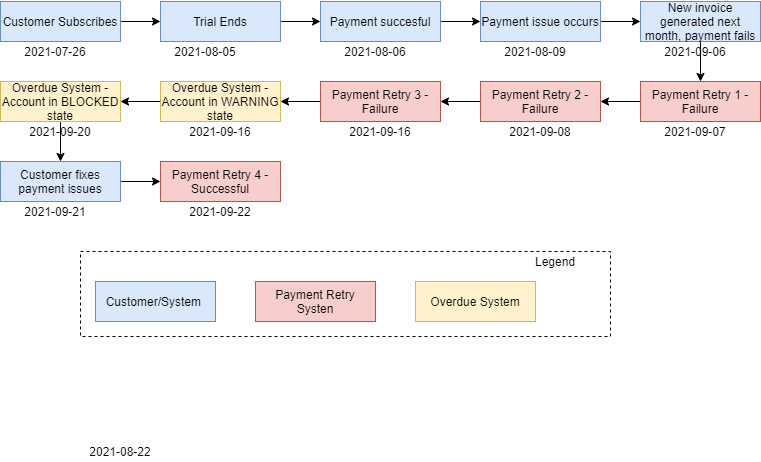
The draw.io diagram userguide/assets/img/overdue/overdue-test-flow.png in killbill/killbill-docs, before a commit. Source tidied: cells renumbered, new cells last; positions are measured from the earlier drawing's top-left corner, leaving out a move shared by most shapes.
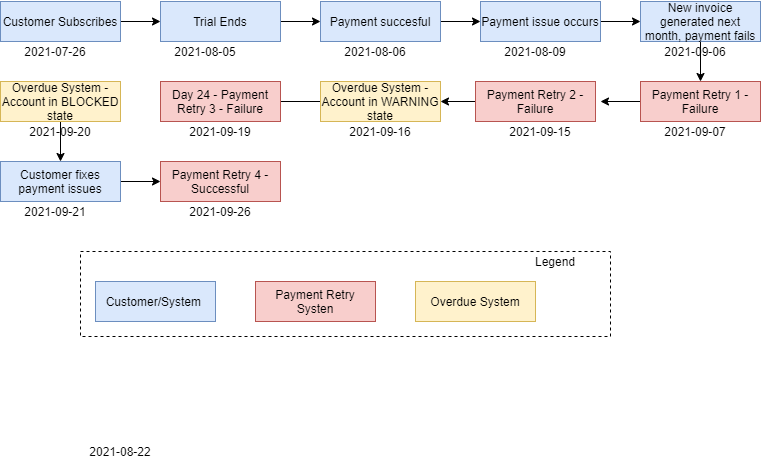
Above is the later version.

Change to the diagram source:
```diff
@@ -1,126 +1,132 @@
 <mxGraphModel>
   <root>
-    <mxCell id="0" />
-    <mxCell id="1" parent="0" />
+    <mxCell id="42" />
+    <mxCell id="43" parent="42" />
-    <mxCell id="2" style="edgeStyle=orthogonalEdgeStyle;rounded=0;jettySize=auto;html=1;exitX=1;exitY=0.5;exitDx=0;exitDy=0;entryX=0;entryY=0.5;entryDx=0;entryDy=0;" parent="1" edge="1" source="3" target="13">
+    <mxCell id="2" style="edgeStyle=orthogonalEdgeStyle;rounded=0;jettySize=auto;html=1;exitX=1;exitY=0.5;exitDx=0;exitDy=0;entryX=0;entryY=0.5;entryDx=0;entryDy=0;" parent="43" edge="1" source="3" target="13">
       <mxGeometry relative="1" as="geometry" />
     </mxCell>
-    <mxCell id="3" value="Customer Subscribes" style="rounded=0;whiteSpace=wrap;html=1;fillColor=#dae8fc;strokeColor=#6c8ebf;" parent="1" vertex="1">
+    <mxCell id="3" value="Customer Subscribes" style="rounded=0;whiteSpace=wrap;html=1;fillColor=#dae8fc;strokeColor=#6c8ebf;" parent="43" vertex="1">
       <mxGeometry width="120" height="40" as="geometry" />
     </mxCell>
-    <mxCell id="4" style="edgeStyle=orthogonalEdgeStyle;rounded=0;jettySize=auto;html=1;exitX=1;exitY=0.5;exitDx=0;exitDy=0;" parent="1" edge="1" source="5" target="31">
+    <mxCell id="4" style="edgeStyle=orthogonalEdgeStyle;rounded=0;jettySize=auto;html=1;exitX=1;exitY=0.5;exitDx=0;exitDy=0;" parent="43" edge="1" source="5" target="31">
       <mxGeometry relative="1" as="geometry" />
     </mxCell>
-    <mxCell id="5" value="Payment succesful" style="rounded=0;whiteSpace=wrap;html=1;fillColor=#dae8fc;strokeColor=#6c8ebf;" parent="1" vertex="1">
+    <mxCell id="5" value="Payment succesful" style="rounded=0;whiteSpace=wrap;html=1;fillColor=#dae8fc;strokeColor=#6c8ebf;" parent="43" vertex="1">
       <mxGeometry x="320" width="120" height="40" as="geometry" />
     </mxCell>
-    <mxCell id="6" style="edgeStyle=orthogonalEdgeStyle;rounded=0;jettySize=auto;html=1;exitX=0;exitY=0.5;exitDx=0;exitDy=0;entryX=1;entryY=0.5;entryDx=0;entryDy=0;" parent="1" edge="1" source="7" target="9">
-      <mxGeometry relative="1" as="geometry" />
-    </mxCell>
+    <mxCell id="44" style="edgeStyle=orthogonalEdgeStyle;rounded=0;jettySize=auto;html=1;exitX=0;exitY=0.5;exitDx=0;exitDy=0;entryX=1;entryY=0.5;entryDx=0;entryDy=0;" parent="43" edge="1" source="7">
+      <mxGeometry relative="1" as="geometry">
+        <mxPoint x="600" y="100" as="targetPoint" />
+      </mxGeometry>
+    </mxCell>
-    <mxCell id="7" value="Payment Retry 1 - Failure" style="rounded=0;whiteSpace=wrap;html=1;fillColor=#f8cecc;strokeColor=#b85450;" parent="1" vertex="1">
+    <mxCell id="7" value="Payment Retry 1 - Failure" style="rounded=0;whiteSpace=wrap;html=1;fillColor=#f8cecc;strokeColor=#b85450;" parent="43" vertex="1">
       <mxGeometry x="640" y="80" width="120" height="40" as="geometry" />
     </mxCell>
-    <mxCell id="8" style="edgeStyle=orthogonalEdgeStyle;rounded=0;jettySize=auto;html=1;exitX=0;exitY=0.5;exitDx=0;exitDy=0;entryX=1;entryY=0.5;entryDx=0;entryDy=0;" parent="1" edge="1" source="9" target="11">
-      <mxGeometry relative="1" as="geometry" />
-    </mxCell>
+    <mxCell id="45" style="edgeStyle=orthogonalEdgeStyle;rounded=0;jettySize=auto;html=1;exitX=0;exitY=0.5;exitDx=0;exitDy=0;entryX=1;entryY=0.5;entryDx=0;entryDy=0;" parent="43" edge="1" source="9" target="20">
+      <mxGeometry relative="1" as="geometry" />
+    </mxCell>
-    <mxCell id="9" value="Payment Retry 2 - Failure" style="rounded=0;whiteSpace=wrap;html=1;fillColor=#f8cecc;strokeColor=#b85450;" parent="1" vertex="1">
-      <mxGeometry x="480" y="80" width="120" height="40" as="geometry" />
+    <mxCell id="9" value="Payment Retry 2 - Failure" style="rounded=0;whiteSpace=wrap;html=1;fillColor=#f8cecc;strokeColor=#b85450;" parent="43" vertex="1">
+      <mxGeometry x="475" y="80" width="120" height="40" as="geometry" />
     </mxCell>
-    <mxCell id="10" style="edgeStyle=orthogonalEdgeStyle;rounded=0;jettySize=auto;html=1;exitX=0;exitY=0.5;exitDx=0;exitDy=0;entryX=1;entryY=0.5;entryDx=0;entryDy=0;" parent="1" edge="1" source="11" target="20">
-      <mxGeometry relative="1" as="geometry" />
-    </mxCell>
-    <mxCell id="11" value="Payment Retry 3 - Failure" style="rounded=0;whiteSpace=wrap;html=1;fillColor=#f8cecc;strokeColor=#b85450;" parent="1" vertex="1">
-      <mxGeometry x="320" y="80" width="120" height="40" as="geometry" />
-    </mxCell>
-    <mxCell id="12" style="edgeStyle=orthogonalEdgeStyle;rounded=0;jettySize=auto;html=1;exitX=1;exitY=0.5;exitDx=0;exitDy=0;" parent="1" edge="1" source="13" target="5">
+    <mxCell id="12" style="edgeStyle=orthogonalEdgeStyle;rounded=0;jettySize=auto;html=1;exitX=1;exitY=0.5;exitDx=0;exitDy=0;" parent="43" edge="1" source="13" target="5">
       <mxGeometry relative="1" as="geometry" />
     </mxCell>
-    <mxCell id="13" value="Trial Ends" style="rounded=0;whiteSpace=wrap;html=1;fillColor=#dae8fc;strokeColor=#6c8ebf;" parent="1" vertex="1">
+    <mxCell id="13" value="Trial Ends" style="rounded=0;whiteSpace=wrap;html=1;fillColor=#dae8fc;strokeColor=#6c8ebf;" parent="43" vertex="1">
       <mxGeometry x="160" width="120" height="40" as="geometry" />
     </mxCell>
-    <mxCell id="14" value="2021-07-26" style="text;html=1;strokeColor=none;fillColor=none;align=center;verticalAlign=middle;whiteSpace=wrap;rounded=0;" parent="1" vertex="1">
+    <mxCell id="14" value="2021-07-26" style="text;html=1;strokeColor=none;fillColor=none;align=center;verticalAlign=middle;whiteSpace=wrap;rounded=0;" parent="43" vertex="1">
       <mxGeometry x="10" y="40" width="90" height="20" as="geometry" />
     </mxCell>
-    <mxCell id="15" value="2021-08-05" style="text;html=1;strokeColor=none;fillColor=none;align=center;verticalAlign=middle;whiteSpace=wrap;rounded=0;" parent="1" vertex="1">
+    <mxCell id="15" value="2021-08-05" style="text;html=1;strokeColor=none;fillColor=none;align=center;verticalAlign=middle;whiteSpace=wrap;rounded=0;" parent="43" vertex="1">
       <mxGeometry x="160" y="40" width="90" height="20" as="geometry" />
     </mxCell>
-    <mxCell id="16" value="2021-08-06" style="text;html=1;strokeColor=none;fillColor=none;align=center;verticalAlign=middle;whiteSpace=wrap;rounded=0;" parent="1" vertex="1">
+    <mxCell id="16" value="2021-08-06" style="text;html=1;strokeColor=none;fillColor=none;align=center;verticalAlign=middle;whiteSpace=wrap;rounded=0;" parent="43" vertex="1">
       <mxGeometry x="330" y="40" width="90" height="20" as="geometry" />
     </mxCell>
-    <mxCell id="17" value="2021-09-08" style="text;html=1;strokeColor=none;fillColor=none;align=center;verticalAlign=middle;whiteSpace=wrap;rounded=0;" parent="1" vertex="1">
-      <mxGeometry x="495" y="120" width="90" height="20" as="geometry" />
-    </mxCell>
+    <mxCell id="46" value="2021-09-15" style="text;html=1;strokeColor=none;fillColor=none;align=center;verticalAlign=middle;whiteSpace=wrap;rounded=0;" parent="43" vertex="1">
+      <mxGeometry x="495" y="120" width="90" height="20" as="geometry" />
+    </mxCell>
-    <mxCell id="18" value="2021-09-16" style="text;html=1;strokeColor=none;fillColor=none;align=center;verticalAlign=middle;whiteSpace=wrap;rounded=0;" parent="1" vertex="1">
+    <mxCell id="18" value="2021-09-16" style="text;html=1;strokeColor=none;fillColor=none;align=center;verticalAlign=middle;whiteSpace=wrap;rounded=0;" parent="43" vertex="1">
       <mxGeometry x="335" y="120" width="90" height="20" as="geometry" />
     </mxCell>
-    <mxCell id="19" style="edgeStyle=orthogonalEdgeStyle;rounded=0;jettySize=auto;html=1;exitX=0;exitY=0.5;exitDx=0;exitDy=0;entryX=1;entryY=0.5;entryDx=0;entryDy=0;" parent="1" edge="1" source="20" target="23">
-      <mxGeometry relative="1" as="geometry" />
-    </mxCell>
+    <mxCell id="47" style="edgeStyle=orthogonalEdgeStyle;rounded=0;jettySize=auto;html=1;exitX=0;exitY=0.5;exitDx=0;exitDy=0;" parent="43" edge="1" source="20">
+      <mxGeometry relative="1" as="geometry">
+        <mxPoint x="270" y="100" as="targetPoint" />
+      </mxGeometry>
+    </mxCell>
-    <mxCell id="20" value="Overdue System - Account in WARNING state" style="rounded=0;whiteSpace=wrap;html=1;fillColor=#fff2cc;strokeColor=#d6b656;" parent="1" vertex="1">
-      <mxGeometry x="160" y="80" width="120" height="40" as="geometry" />
+    <mxCell id="20" value="Overdue System - Account in WARNING state" style="rounded=0;whiteSpace=wrap;html=1;fillColor=#fff2cc;strokeColor=#d6b656;" parent="43" vertex="1">
+      <mxGeometry x="320" y="80" width="120" height="40" as="geometry" />
     </mxCell>
-    <mxCell id="21" value="2021-09-16" style="text;html=1;strokeColor=none;fillColor=none;align=center;verticalAlign=middle;whiteSpace=wrap;rounded=0;" parent="1" vertex="1">
-      <mxGeometry x="175" y="120" width="90" height="20" as="geometry" />
-    </mxCell>
-    <mxCell id="22" style="edgeStyle=orthogonalEdgeStyle;rounded=0;jettySize=auto;html=1;exitX=0.5;exitY=1;exitDx=0;exitDy=0;entryX=0.5;entryY=0;entryDx=0;entryDy=0;" parent="1" edge="1" source="23" target="28">
-      <mxGeometry relative="1" as="geometry" />
-    </mxCell>
+    <mxCell id="48" value="2021-09-19" style="text;html=1;strokeColor=none;fillColor=none;align=center;verticalAlign=middle;whiteSpace=wrap;rounded=0;" parent="43" vertex="1">
+      <mxGeometry x="175" y="120" width="90" height="20" as="geometry" />
+    </mxCell>
+    <mxCell id="49" style="edgeStyle=orthogonalEdgeStyle;rounded=0;jettySize=auto;html=1;exitX=0.5;exitY=1;exitDx=0;exitDy=0;entryX=0.5;entryY=0;entryDx=0;entryDy=0;" parent="43" edge="1" source="23">
+      <mxGeometry relative="1" as="geometry">
+        <mxPoint x="60" y="160" as="targetPoint" />
+      </mxGeometry>
+    </mxCell>
-    <mxCell id="23" value="Overdue System - Account in BLOCKED state" style="rounded=0;whiteSpace=wrap;html=1;fillColor=#fff2cc;strokeColor=#d6b656;" parent="1" vertex="1">
+    <mxCell id="23" value="Overdue System - Account in BLOCKED state" style="rounded=0;whiteSpace=wrap;html=1;fillColor=#fff2cc;strokeColor=#d6b656;" parent="43" vertex="1">
       <mxGeometry y="80" width="120" height="40" as="geometry" />
     </mxCell>
-    <mxCell id="24" value="2021-09-20" style="text;html=1;strokeColor=none;fillColor=none;align=center;verticalAlign=middle;whiteSpace=wrap;rounded=0;" parent="1" vertex="1">
+    <mxCell id="24" value="2021-09-20" style="text;html=1;strokeColor=none;fillColor=none;align=center;verticalAlign=middle;whiteSpace=wrap;rounded=0;" parent="43" vertex="1">
       <mxGeometry x="15" y="120" width="90" height="20" as="geometry" />
     </mxCell>
-    <mxCell id="25" value="2021-08-27" style="text;html=1;strokeColor=none;fillColor=none;align=center;verticalAlign=middle;whiteSpace=wrap;rounded=0;" parent="1" vertex="1">
-      <mxGeometry x="175" y="200" width="90" height="20" as="geometry" />
-    </mxCell>
-    <mxCell id="26" value="Overdue System, Account in CANCELLATION state" style="rounded=0;whiteSpace=wrap;html=1;fillColor=#fff2cc;strokeColor=#d6b656;" parent="1" vertex="1">
-      <mxGeometry x="160" y="160" width="130" height="40" as="geometry" />
-    </mxCell>
-    <mxCell id="27" style="edgeStyle=orthogonalEdgeStyle;rounded=0;jettySize=auto;html=1;exitX=1;exitY=0.5;exitDx=0;exitDy=0;" parent="1" edge="1" source="28" target="26">
-      <mxGeometry relative="1" as="geometry" />
-    </mxCell>
-    <mxCell id="28" value="Payment Retry 4 - Failure" style="rounded=0;whiteSpace=wrap;html=1;fillColor=#f8cecc;strokeColor=#b85450;" parent="1" vertex="1">
-      <mxGeometry y="160" width="120" height="40" as="geometry" />
-    </mxCell>
-    <mxCell id="29" value="2021-09-22" style="text;html=1;strokeColor=none;fillColor=none;align=center;verticalAlign=middle;whiteSpace=wrap;rounded=0;" parent="1" vertex="1">
-      <mxGeometry x="10" y="200" width="90" height="20" as="geometry" />
-    </mxCell>
+    <mxCell id="50" value="2021-09-26" style="text;html=1;strokeColor=none;fillColor=none;align=center;verticalAlign=middle;whiteSpace=wrap;rounded=0;" parent="43" vertex="1">
+      <mxGeometry x="175" y="200" width="90" height="20" as="geometry" />
+    </mxCell>
+    <mxCell id="51" value="2021-09-21" style="text;html=1;strokeColor=none;fillColor=none;align=center;verticalAlign=middle;whiteSpace=wrap;rounded=0;" parent="43" vertex="1">
+      <mxGeometry x="10" y="200" width="90" height="20" as="geometry" />
+    </mxCell>
-    <mxCell id="30" style="edgeStyle=orthogonalEdgeStyle;rounded=0;jettySize=auto;html=1;exitX=1;exitY=0.5;exitDx=0;exitDy=0;entryX=0;entryY=0.5;entryDx=0;entryDy=0;" parent="1" edge="1" source="31" target="34">
+    <mxCell id="30" style="edgeStyle=orthogonalEdgeStyle;rounded=0;jettySize=auto;html=1;exitX=1;exitY=0.5;exitDx=0;exitDy=0;entryX=0;entryY=0.5;entryDx=0;entryDy=0;" parent="43" edge="1" source="31" target="34">
       <mxGeometry relative="1" as="geometry" />
     </mxCell>
-    <mxCell id="31" value="Payment issue occurs" style="rounded=0;whiteSpace=wrap;html=1;fillColor=#dae8fc;strokeColor=#6c8ebf;" parent="1" vertex="1">
+    <mxCell id="31" value="Payment issue occurs" style="rounded=0;whiteSpace=wrap;html=1;fillColor=#dae8fc;strokeColor=#6c8ebf;" parent="43" vertex="1">
       <mxGeometry x="480" width="120" height="40" as="geometry" />
     </mxCell>
-    <mxCell id="32" value="2021-08-09" style="text;html=1;strokeColor=none;fillColor=none;align=center;verticalAlign=middle;whiteSpace=wrap;rounded=0;" parent="1" vertex="1">
+    <mxCell id="32" value="2021-08-09" style="text;html=1;strokeColor=none;fillColor=none;align=center;verticalAlign=middle;whiteSpace=wrap;rounded=0;" parent="43" vertex="1">
       <mxGeometry x="490" y="40" width="90" height="20" as="geometry" />
     </mxCell>
-    <mxCell id="33" style="edgeStyle=orthogonalEdgeStyle;rounded=0;jettySize=auto;html=1;entryX=0.5;entryY=0;entryDx=0;entryDy=0;" parent="1" edge="1" source="34" target="7">
+    <mxCell id="33" style="edgeStyle=orthogonalEdgeStyle;rounded=0;jettySize=auto;html=1;entryX=0.5;entryY=0;entryDx=0;entryDy=0;" parent="43" edge="1" source="34" target="7">
       <mxGeometry relative="1" as="geometry" />
     </mxCell>
-    <mxCell id="34" value="New invoice generated next month, payment fails" style="rounded=0;whiteSpace=wrap;html=1;fillColor=#dae8fc;strokeColor=#6c8ebf;" parent="1" vertex="1">
+    <mxCell id="34" value="New invoice generated next month, payment fails" style="rounded=0;whiteSpace=wrap;html=1;fillColor=#dae8fc;strokeColor=#6c8ebf;" parent="43" vertex="1">
       <mxGeometry x="640" width="120" height="40" as="geometry" />
     </mxCell>
-    <mxCell id="35" value="2021-09-06" style="text;html=1;strokeColor=none;fillColor=none;align=center;verticalAlign=middle;whiteSpace=wrap;rounded=0;" parent="1" vertex="1">
+    <mxCell id="35" value="2021-09-06" style="text;html=1;strokeColor=none;fillColor=none;align=center;verticalAlign=middle;whiteSpace=wrap;rounded=0;" parent="43" vertex="1">
       <mxGeometry x="650" y="40" width="90" height="20" as="geometry" />
     </mxCell>
-    <mxCell id="36" value="2021-09-07" style="text;html=1;strokeColor=none;fillColor=none;align=center;verticalAlign=middle;whiteSpace=wrap;rounded=0;" parent="1" vertex="1">
+    <mxCell id="36" value="2021-09-07" style="text;html=1;strokeColor=none;fillColor=none;align=center;verticalAlign=middle;whiteSpace=wrap;rounded=0;" parent="43" vertex="1">
       <mxGeometry x="650" y="120" width="90" height="20" as="geometry" />
     </mxCell>
-    <mxCell id="37" value="Customer/System&amp;nbsp;" style="rounded=0;whiteSpace=wrap;html=1;fillColor=#dae8fc;strokeColor=#6c8ebf;" parent="1" vertex="1">
+    <mxCell id="37" value="Customer/System&amp;nbsp;" style="rounded=0;whiteSpace=wrap;html=1;fillColor=#dae8fc;strokeColor=#6c8ebf;" parent="43" vertex="1">
       <mxGeometry x="95" y="280" width="120" height="40" as="geometry" />
     </mxCell>
-    <mxCell id="38" value="Payment Retry Systen" style="rounded=0;whiteSpace=wrap;html=1;fillColor=#f8cecc;strokeColor=#b85450;" parent="1" vertex="1">
+    <mxCell id="38" value="Payment Retry Systen" style="rounded=0;whiteSpace=wrap;html=1;fillColor=#f8cecc;strokeColor=#b85450;" parent="43" vertex="1">
       <mxGeometry x="255" y="280" width="120" height="40" as="geometry" />
     </mxCell>
-    <mxCell id="39" style="rounded=0;whiteSpace=wrap;html=1;fillColor=none;dashed=1;" parent="1" vertex="1">
+    <mxCell id="39" style="rounded=0;whiteSpace=wrap;html=1;fillColor=none;dashed=1;" parent="43" vertex="1">
       <mxGeometry x="80" y="250" width="530" height="85" as="geometry" />
     </mxCell>
-    <mxCell id="40" value="Overdue System" style="rounded=0;whiteSpace=wrap;html=1;fillColor=#fff2cc;strokeColor=#d6b656;" parent="1" vertex="1">
+    <mxCell id="40" value="Overdue System" style="rounded=0;whiteSpace=wrap;html=1;fillColor=#fff2cc;strokeColor=#d6b656;" parent="43" vertex="1">
       <mxGeometry x="415" y="280" width="120" height="40" as="geometry" />
     </mxCell>
-    <mxCell id="41" value="Legend" style="text;html=1;strokeColor=none;fillColor=none;align=center;verticalAlign=middle;whiteSpace=wrap;rounded=0;dashed=1;" parent="1" vertex="1">
+    <mxCell id="41" value="Legend" style="text;html=1;strokeColor=none;fillColor=none;align=center;verticalAlign=middle;whiteSpace=wrap;rounded=0;dashed=1;" parent="43" vertex="1">
       <mxGeometry x="535" y="250" width="40" height="20" as="geometry" />
     </mxCell>
+    <mxCell id="52" style="edgeStyle=orthogonalEdgeStyle;rounded=0;jettySize=auto;html=1;" parent="43" edge="1" source="53" target="54">
+      <mxGeometry relative="1" as="geometry" />
+    </mxCell>
+    <mxCell id="53" value="Customer fixes payment issues" style="rounded=0;whiteSpace=wrap;html=1;fillColor=#dae8fc;strokeColor=#6c8ebf;" parent="43" vertex="1">
+      <mxGeometry y="160" width="120" height="40" as="geometry" />
+    </mxCell>
+    <mxCell id="54" value="Payment Retry 4 - Successful" style="rounded=0;whiteSpace=wrap;html=1;fillColor=#f8cecc;strokeColor=#b85450;" parent="43" vertex="1">
+      <mxGeometry x="160" y="160" width="120" height="40" as="geometry" />
+    </mxCell>
+    <mxCell id="55" value="2021-08-22" style="text;html=1;strokeColor=none;fillColor=none;align=center;verticalAlign=middle;whiteSpace=wrap;rounded=0;" parent="43" vertex="1">
+      <mxGeometry x="75" y="440" width="90" height="20" as="geometry" />
+    </mxCell>
+    <mxCell id="56" value="Day 24 - Payment Retry 3 - Failure" style="rounded=0;whiteSpace=wrap;html=1;fillColor=#f8cecc;strokeColor=#b85450;" parent="43" vertex="1">
+      <mxGeometry x="160" y="80" width="120" height="40" as="geometry" />
+    </mxCell>
   </root>
 </mxGraphModel>
```
